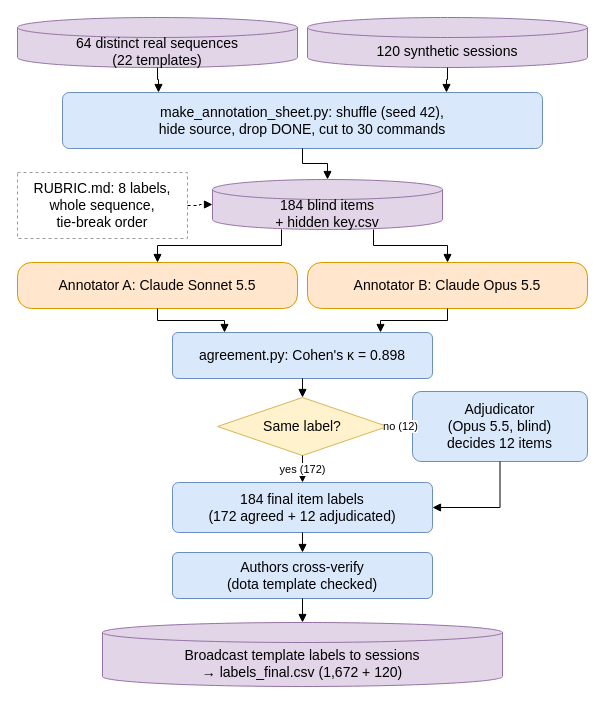
This is report/diagrams/d08_annotation_workflow.drawio from parthkansal823/Honeypot_RedTeaming-paper, a draw.io file, before an edit. Source tidied: cells renumbered, new cells numbered last; positions are measured from the earlier drawing's top-left corner, leaving out a move shared by most shapes. Both pictures are drawn from the tidied source at 100%, with x=0, y=0 at pixel (17, 17).
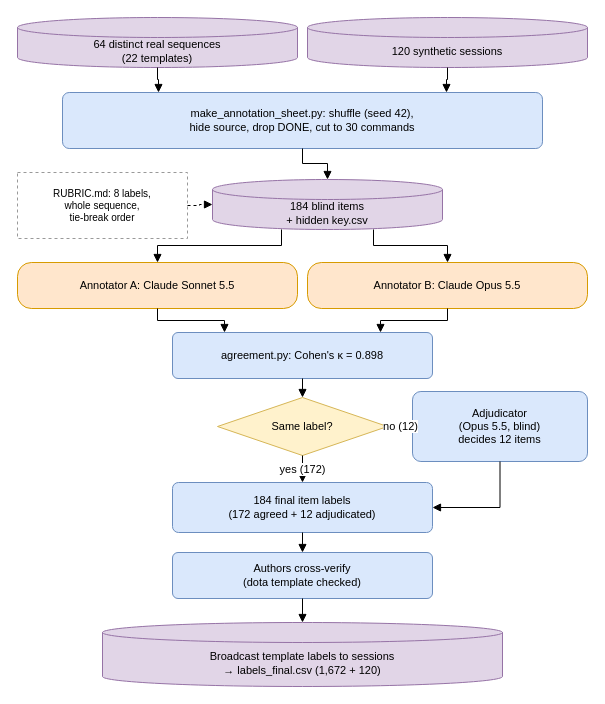
The same diagram, later.

What changed in the source:
```diff
@@
-    <mxCell id="2" value="64 distinct real sequences&lt;br&gt;(22 templates)" style="shape=cylinder3;boundedLbl=1;backgroundOutline=1;size=10;whiteSpace=wrap;html=1;fillColor=#E1D5E7;strokeColor=#9673A6;fontFamily=Arial;fontSize=14;" parent="1" vertex="1">
+    <mxCell id="2" value="64 distinct real sequences&lt;br&gt;(22 templates)" style="shape=cylinder3;boundedLbl=1;backgroundOutline=1;size=10;whiteSpace=wrap;html=1;fillColor=#E1D5E7;strokeColor=#9673A6;fontFamily=Arial;fontSize=11;" parent="1" vertex="1">
       <mxGeometry width="280" height="50" as="geometry" />
     </mxCell>
-    <mxCell id="3" value="120 synthetic sessions" style="shape=cylinder3;boundedLbl=1;backgroundOutline=1;size=10;whiteSpace=wrap;html=1;fillColor=#E1D5E7;strokeColor=#9673A6;fontFamily=Arial;fontSize=14;" parent="1" vertex="1">
+    <mxCell id="3" value="120 synthetic sessions" style="shape=cylinder3;boundedLbl=1;backgroundOutline=1;size=10;whiteSpace=wrap;html=1;fillColor=#E1D5E7;strokeColor=#9673A6;fontFamily=Arial;fontSize=11;" parent="1" vertex="1">
       <mxGeometry x="290" width="280" height="50" as="geometry" />
     </mxCell>
-    <mxCell id="4" value="make_annotation_sheet.py: shuffle (seed 42),&lt;br&gt;hide source, drop DONE, cut to 30 commands" style="rounded=1;arcSize=12;whiteSpace=wrap;html=1;fillColor=#DAE8FC;strokeColor=#6C8EBF;fontFamily=Arial;fontSize=14;" parent="1" vertex="1">
+    <mxCell id="4" value="make_annotation_sheet.py: shuffle (seed 42),&lt;br&gt;hide source, drop DONE, cut to 30 commands" style="rounded=1;arcSize=12;whiteSpace=wrap;html=1;fillColor=#DAE8FC;strokeColor=#6C8EBF;fontFamily=Arial;fontSize=11;" parent="1" vertex="1">
       <mxGeometry x="45" y="75" width="480" height="56" as="geometry" />
     </mxCell>
-    <mxCell id="5" value="RUBRIC.md: 8 labels,&lt;br&gt;whole sequence,&lt;br&gt;tie-break order" style="rounded=0;dashed=1;whiteSpace=wrap;html=1;fillColor=#FFFFFF;strokeColor=#999999;fontFamily=Arial;fontSize=14;" parent="1" vertex="1">
+    <mxCell id="5" value="RUBRIC.md: 8 labels,&lt;br&gt;whole sequence,&lt;br&gt;tie-break order" style="rounded=0;dashed=1;whiteSpace=wrap;html=1;fillColor=#FFFFFF;strokeColor=#999999;fontFamily=Arial;fontSize=10;" parent="1" vertex="1">
       <mxGeometry y="155" width="170" height="66" as="geometry" />
     </mxCell>
-    <mxCell id="6" value="184 blind items&lt;br&gt;+ hidden key.csv" style="shape=cylinder3;boundedLbl=1;backgroundOutline=1;size=10;whiteSpace=wrap;html=1;fillColor=#E1D5E7;strokeColor=#9673A6;fontFamily=Arial;fontSize=14;" parent="1" vertex="1">
+    <mxCell id="6" value="184 blind items&lt;br&gt;+ hidden key.csv" style="shape=cylinder3;boundedLbl=1;backgroundOutline=1;size=10;whiteSpace=wrap;html=1;fillColor=#E1D5E7;strokeColor=#9673A6;fontFamily=Arial;fontSize=11;" parent="1" vertex="1">
       <mxGeometry x="195" y="162" width="230" height="50" as="geometry" />
     </mxCell>
-    <mxCell id="7" value="Annotator A: Claude Sonnet 5.5" style="rounded=1;arcSize=30;whiteSpace=wrap;html=1;fillColor=#FFE6CC;strokeColor=#D79B00;fontFamily=Arial;fontSize=14;" parent="1" vertex="1">
+    <mxCell id="7" value="Annotator A: Claude Sonnet 5.5" style="rounded=1;arcSize=30;whiteSpace=wrap;html=1;fillColor=#FFE6CC;strokeColor=#D79B00;fontFamily=Arial;fontSize=11;" parent="1" vertex="1">
       <mxGeometry y="245" width="280" height="46" as="geometry" />
     </mxCell>
-    <mxCell id="8" value="Annotator B: Claude Opus 5.5" style="rounded=1;arcSize=30;whiteSpace=wrap;html=1;fillColor=#FFE6CC;strokeColor=#D79B00;fontFamily=Arial;fontSize=14;" parent="1" vertex="1">
+    <mxCell id="8" value="Annotator B: Claude Opus 5.5" style="rounded=1;arcSize=30;whiteSpace=wrap;html=1;fillColor=#FFE6CC;strokeColor=#D79B00;fontFamily=Arial;fontSize=11;" parent="1" vertex="1">
       <mxGeometry x="290" y="245" width="280" height="46" as="geometry" />
     </mxCell>
-    <mxCell id="9" value="agreement.py: Cohen&amp;#x27;s κ = 0.898" style="rounded=1;arcSize=12;whiteSpace=wrap;html=1;fillColor=#DAE8FC;strokeColor=#6C8EBF;fontFamily=Arial;fontSize=14;" parent="1" vertex="1">
+    <mxCell id="9" value="agreement.py: Cohen&amp;#x27;s κ = 0.898" style="rounded=1;arcSize=12;whiteSpace=wrap;html=1;fillColor=#DAE8FC;strokeColor=#6C8EBF;fontFamily=Arial;fontSize=11;" parent="1" vertex="1">
       <mxGeometry x="155" y="315" width="260" height="46" as="geometry" />
     </mxCell>
-    <mxCell id="10" value="Same label?" style="rhombus;whiteSpace=wrap;html=1;fillColor=#FFF2CC;strokeColor=#D6B656;fontFamily=Arial;fontSize=14;" parent="1" vertex="1">
+    <mxCell id="10" value="Same label?" style="rhombus;whiteSpace=wrap;html=1;fillColor=#FFF2CC;strokeColor=#D6B656;fontFamily=Arial;fontSize=11;" parent="1" vertex="1">
       <mxGeometry x="200" y="380" width="170" height="58" as="geometry" />
     </mxCell>
-    <mxCell id="11" value="Adjudicator&lt;br&gt;(Opus 5.5, blind)&lt;br&gt;decides 12 items" style="rounded=1;arcSize=12;whiteSpace=wrap;html=1;fillColor=#DAE8FC;strokeColor=#6C8EBF;fontFamily=Arial;fontSize=14;" parent="1" vertex="1">
+    <mxCell id="11" value="Adjudicator&lt;br&gt;(Opus 5.5, blind)&lt;br&gt;decides 12 items" style="rounded=1;arcSize=12;whiteSpace=wrap;html=1;fillColor=#DAE8FC;strokeColor=#6C8EBF;fontFamily=Arial;fontSize=11;" parent="1" vertex="1">
       <mxGeometry x="395" y="374" width="175" height="70" as="geometry" />
     </mxCell>
-    <mxCell id="12" value="184 final item labels&lt;br&gt;(172 agreed + 12 adjudicated)" style="rounded=1;arcSize=12;whiteSpace=wrap;html=1;fillColor=#DAE8FC;strokeColor=#6C8EBF;fontFamily=Arial;fontSize=14;" parent="1" vertex="1">
+    <mxCell id="12" value="184 final item labels&lt;br&gt;(172 agreed + 12 adjudicated)" style="rounded=1;arcSize=12;whiteSpace=wrap;html=1;fillColor=#DAE8FC;strokeColor=#6C8EBF;fontFamily=Arial;fontSize=11;" parent="1" vertex="1">
       <mxGeometry x="155" y="465" width="260" height="50" as="geometry" />
     </mxCell>
-    <mxCell id="13" value="Authors cross-verify&lt;br&gt;(dota template checked)" style="rounded=1;arcSize=12;whiteSpace=wrap;html=1;fillColor=#DAE8FC;strokeColor=#6C8EBF;fontFamily=Arial;fontSize=14;" parent="1" vertex="1">
+    <mxCell id="13" value="Authors cross-verify&lt;br&gt;(dota template checked)" style="rounded=1;arcSize=12;whiteSpace=wrap;html=1;fillColor=#DAE8FC;strokeColor=#6C8EBF;fontFamily=Arial;fontSize=11;" parent="1" vertex="1">
       <mxGeometry x="155" y="535" width="260" height="46" as="geometry" />
     </mxCell>
-    <mxCell id="14" value="Broadcast template labels to sessions&lt;br&gt;→ labels_final.csv (1,672 + 120)" style="shape=cylinder3;boundedLbl=1;backgroundOutline=1;size=10;whiteSpace=wrap;html=1;fillColor=#E1D5E7;strokeColor=#9673A6;fontFamily=Arial;fontSize=14;" parent="1" vertex="1">
+    <mxCell id="14" value="Broadcast template labels to sessions&lt;br&gt;→ labels_final.csv (1,672 + 120)" style="shape=cylinder3;boundedLbl=1;backgroundOutline=1;size=10;whiteSpace=wrap;html=1;fillColor=#E1D5E7;strokeColor=#9673A6;fontFamily=Arial;fontSize=11;" parent="1" vertex="1">
       <mxGeometry x="85" y="605" width="400" height="64" as="geometry" />
     </mxCell>
```
